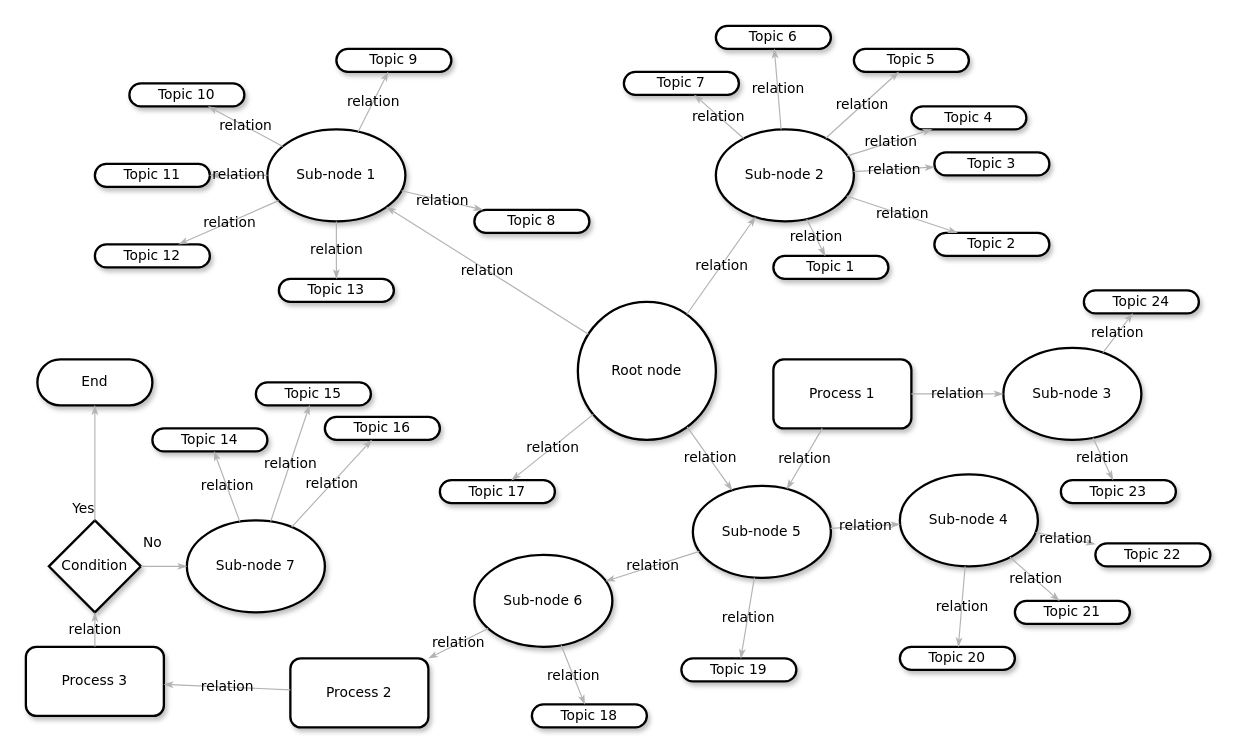
The draw.io diagram figures/Untitled Diagram.drawio in rsanz/asys, before the edit. Source tidied: cells renumbered, new cells numbered last; positions are measured from the earlier drawing's top-left corner, leaving out a move shared by most shapes. Both pictures are drawn from the tidied source at 115%, with x=0, y=0 at pixel (25, 25).
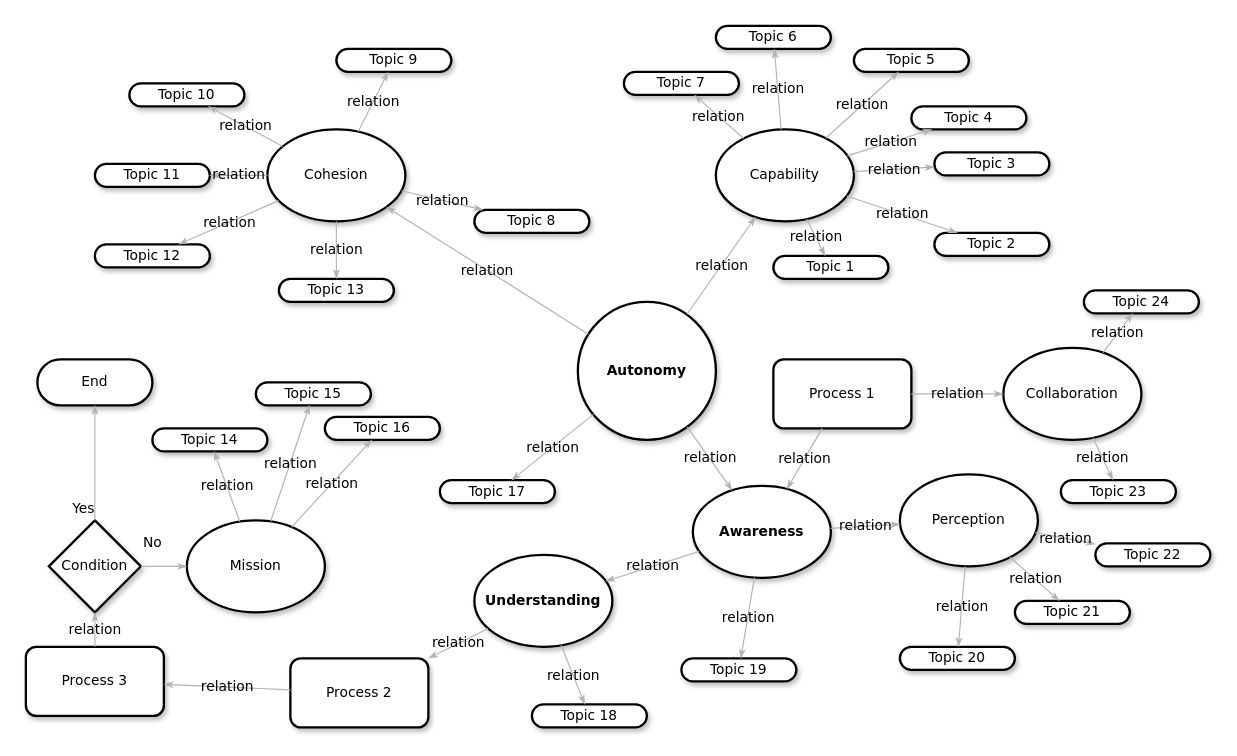
The same page after the edit.

The edit, as a diff of the source:
```diff
@@
-    <mxCell id="3" value="Sub-node 1" style="ellipse;whiteSpace=wrap;html=1;rounded=1;shadow=1;comic=0;labelBackgroundColor=none;strokeWidth=2;fontFamily=Verdana;fontSize=12;align=center;" parent="1" vertex="1">
+    <mxCell id="3" value="Cohesion" style="ellipse;whiteSpace=wrap;html=1;rounded=1;shadow=1;comic=0;labelBackgroundColor=none;strokeWidth=2;fontFamily=Verdana;fontSize=12;align=center;" parent="1" vertex="1">
       <mxGeometry x="210" y="90" width="120" height="80" as="geometry" />
     </mxCell>
-    <mxCell id="4" value="&lt;span&gt;Sub-node 2&lt;/span&gt;" style="ellipse;whiteSpace=wrap;html=1;rounded=1;shadow=1;comic=0;labelBackgroundColor=none;strokeWidth=2;fontFamily=Verdana;fontSize=12;align=center;" parent="1" vertex="1">
+    <mxCell id="4" value="Capability" style="ellipse;whiteSpace=wrap;html=1;rounded=1;shadow=1;comic=0;labelBackgroundColor=none;strokeWidth=2;fontFamily=Verdana;fontSize=12;align=center;" parent="1" vertex="1">
       <mxGeometry x="600" y="90" width="120" height="80" as="geometry" />
     </mxCell>
-    <mxCell id="5" value="Root node" style="ellipse;whiteSpace=wrap;html=1;rounded=1;shadow=1;comic=0;labelBackgroundColor=none;strokeWidth=2;fontFamily=Verdana;fontSize=12;align=center;" parent="1" vertex="1">
+    <mxCell id="5" value="Autonomy" style="ellipse;whiteSpace=wrap;html=1;rounded=1;shadow=1;comic=0;labelBackgroundColor=none;strokeWidth=2;fontFamily=Verdana;fontSize=12;align=center;fontStyle=1;" parent="1" vertex="1">
       <mxGeometry x="480" y="240" width="120" height="120" as="geometry" />
     </mxCell>
-    <mxCell id="6" value="&lt;span&gt;Sub-node 5&lt;/span&gt;" style="ellipse;whiteSpace=wrap;html=1;rounded=1;shadow=1;comic=0;labelBackgroundColor=none;strokeWidth=2;fontFamily=Verdana;fontSize=12;align=center;" parent="1" vertex="1">
+    <mxCell id="6" value="&lt;span&gt;Awareness&lt;/span&gt;" style="ellipse;whiteSpace=wrap;html=1;rounded=1;shadow=1;comic=0;labelBackgroundColor=none;strokeWidth=2;fontFamily=Verdana;fontSize=12;align=center;fontStyle=1;" parent="1" vertex="1">
       <mxGeometry x="580" y="400" width="120" height="80" as="geometry" />
     </mxCell>
-    <mxCell id="7" value="&lt;span&gt;Sub-node 4&lt;/span&gt;" style="ellipse;whiteSpace=wrap;html=1;rounded=1;shadow=1;comic=0;labelBackgroundColor=none;strokeWidth=2;fontFamily=Verdana;fontSize=12;align=center;" parent="1" vertex="1">
+    <mxCell id="7" value="&lt;span&gt;Perception&lt;/span&gt;" style="ellipse;whiteSpace=wrap;html=1;rounded=1;shadow=1;comic=0;labelBackgroundColor=none;strokeWidth=2;fontFamily=Verdana;fontSize=12;align=center;" parent="1" vertex="1">
       <mxGeometry x="760" y="390" width="120" height="80" as="geometry" />
     </mxCell>
-    <mxCell id="8" value="&lt;span&gt;Sub-node 6&lt;/span&gt;" style="ellipse;whiteSpace=wrap;html=1;rounded=1;shadow=1;comic=0;labelBackgroundColor=none;strokeWidth=2;fontFamily=Verdana;fontSize=12;align=center;" parent="1" vertex="1">
+    <mxCell id="8" value="&lt;span&gt;Understanding&lt;/span&gt;" style="ellipse;whiteSpace=wrap;html=1;rounded=1;shadow=1;comic=0;labelBackgroundColor=none;strokeWidth=2;fontFamily=Verdana;fontSize=12;align=center;fontStyle=1;" parent="1" vertex="1">
       <mxGeometry x="390" y="460" width="120" height="80" as="geometry" />
     </mxCell>
@@
-    <mxCell id="50" value="&lt;span&gt;Sub-node 3&lt;/span&gt;" style="ellipse;whiteSpace=wrap;html=1;rounded=1;shadow=1;comic=0;labelBackgroundColor=none;strokeWidth=2;fontFamily=Verdana;fontSize=12;align=center;" parent="1" vertex="1">
+    <mxCell id="50" value="&lt;span&gt;Collaboration&lt;/span&gt;" style="ellipse;whiteSpace=wrap;html=1;rounded=1;shadow=1;comic=0;labelBackgroundColor=none;strokeWidth=2;fontFamily=Verdana;fontSize=12;align=center;" parent="1" vertex="1">
       <mxGeometry x="850" y="280" width="120" height="80" as="geometry" />
     </mxCell>
@@
-    <mxCell id="64" value="&lt;span&gt;Sub-node 7&lt;/span&gt;" style="ellipse;whiteSpace=wrap;html=1;rounded=1;shadow=1;comic=0;labelBackgroundColor=none;strokeWidth=2;fontFamily=Verdana;fontSize=12;align=center;" parent="1" vertex="1">
+    <mxCell id="64" value="&lt;span&gt;Mission&lt;/span&gt;" style="ellipse;whiteSpace=wrap;html=1;rounded=1;shadow=1;comic=0;labelBackgroundColor=none;strokeWidth=2;fontFamily=Verdana;fontSize=12;align=center;" parent="1" vertex="1">
       <mxGeometry x="140" y="430" width="120" height="80" as="geometry" />
     </mxCell>
```
